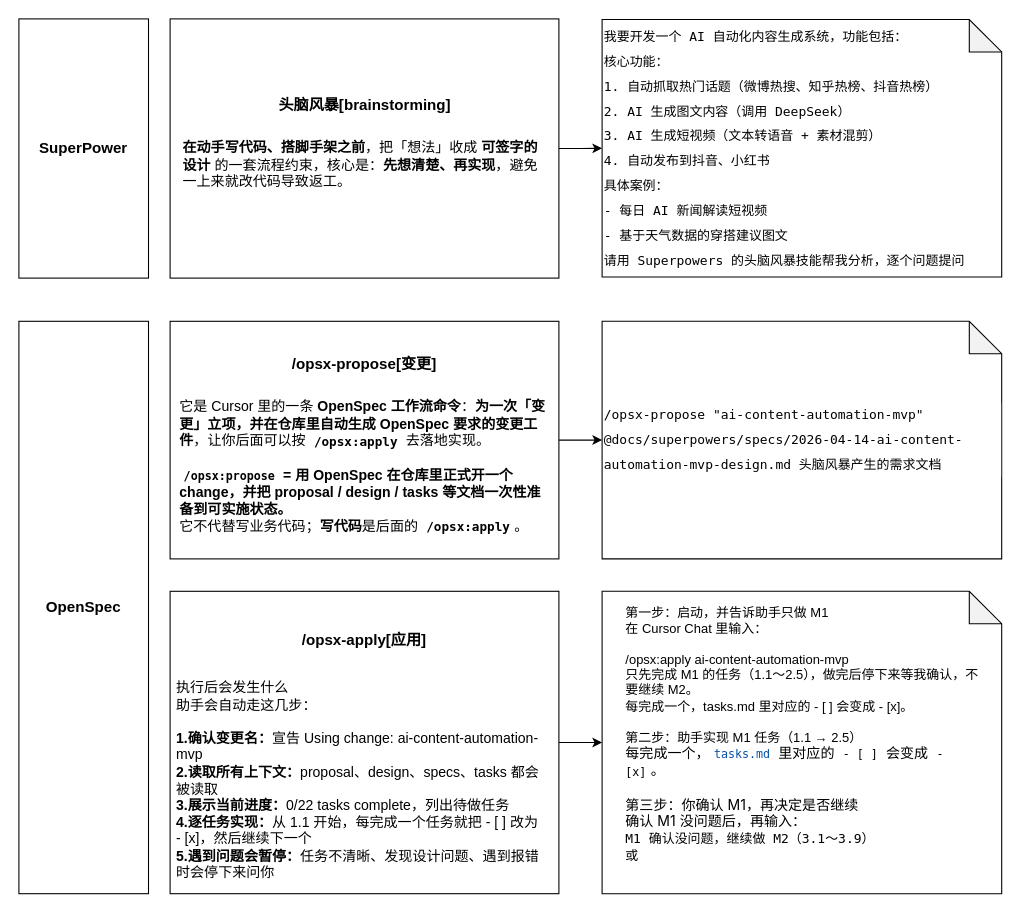
Before: docs/superpower+openspec.drawio in spjiang/ai-content-automation, a draw.io diagram. Source tidied: cells renumbered, new cells numbered last; positions are measured from the earlier drawing's top-left corner, leaving out a move shared by most shapes. Both pictures are drawn from the tidied source at 108%, with x=0, y=0 at pixel (18, 18).
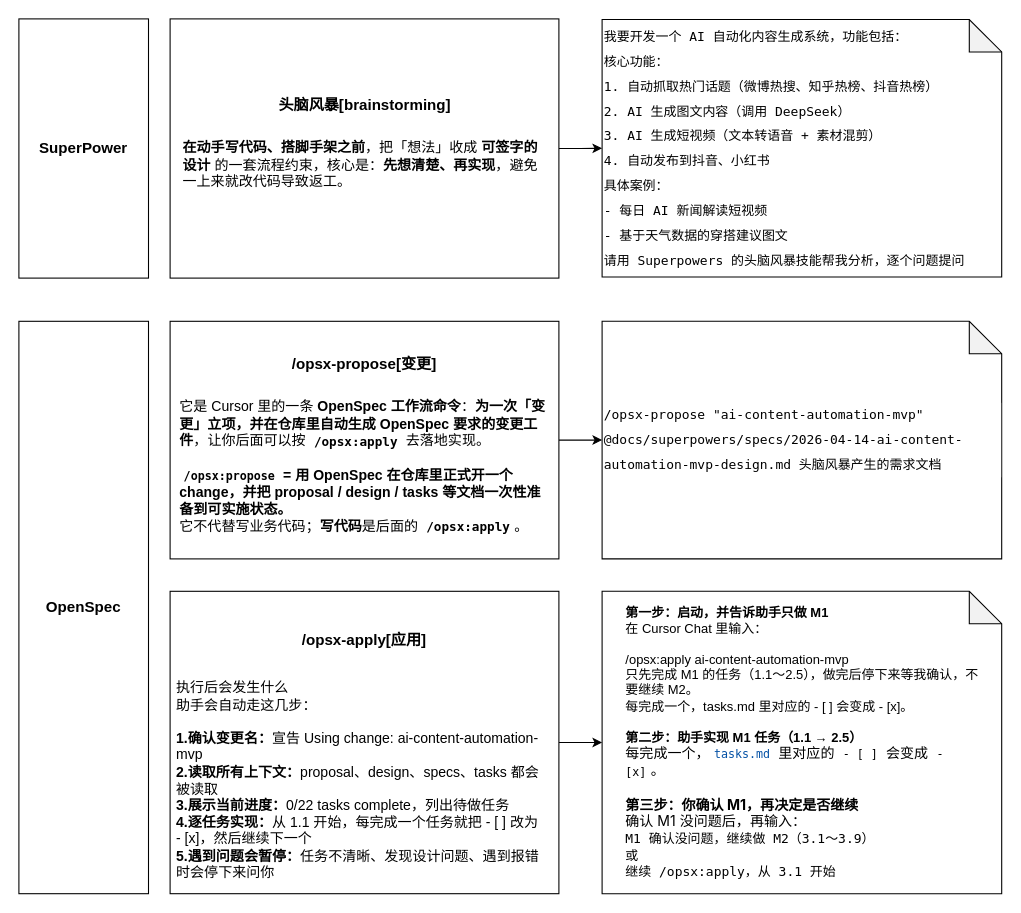
Above is the later version.

The edit, as a diff of the source:
```diff
@@
-    <mxCell id="19" value="&lt;p style=&quot;line-height: 120%&quot;&gt;&lt;/p&gt;&lt;div&gt;第一步：启动，并告诉助手只做 M1&lt;/div&gt;&lt;div&gt;在 Cursor Chat 里输入：&lt;/div&gt;&lt;div&gt;&lt;br&gt;&lt;/div&gt;&lt;div&gt;/opsx:apply ai-content-automation-mvp&lt;/div&gt;&lt;div&gt;只先完成 M1 的任务（1.1～2.5），做完后停下来等我确认，不要继续 M2。&lt;/div&gt;&lt;div&gt;每完成一个，tasks.md 里对应的 - [ ] 会变成 - [x]。&lt;/div&gt;&lt;div&gt;&lt;br&gt;&lt;/div&gt;&lt;div&gt;第二步：助手实现 M1 任务（1.1 → 2.5）&lt;br&gt;&lt;/div&gt;&lt;div&gt;&lt;span style=&quot;font-family: , , &amp;#34;pingfang sc&amp;#34; , &amp;#34;hiragino sans gb&amp;#34; , sans-serif ; font-size: 13px ; background-color: rgb(255 , 255 , 255)&quot;&gt;每完成一个，&lt;/span&gt;&lt;code class=&quot;md-clickable-code md-inline-path-filename-like&quot; tabindex=&quot;0&quot; style=&quot;padding: 1.5px 4px ; border-radius: 5px ; color: rgb(4 , 81 , 165) ; font-family: &amp;#34;menlo&amp;#34; , &amp;#34;monaco&amp;#34; , &amp;#34;courier new&amp;#34; , monospace ; font-size: 0.9em ; line-height: 1.4 ; word-break: break-all ; cursor: pointer&quot;&gt;&lt;span class=&quot;md-inline-path-filename&quot;&gt;tasks.md&lt;/span&gt;&lt;/code&gt;&lt;span style=&quot;font-family: , , &amp;#34;pingfang sc&amp;#34; , &amp;#34;hiragino sans gb&amp;#34; , sans-serif ; font-size: 13px ; background-color: rgb(255 , 255 , 255)&quot;&gt;&amp;nbsp;里对应的&amp;nbsp;&lt;/span&gt;&lt;code class=&quot;&quot; style=&quot;padding: 1.5px 4px ; border-radius: 5px ; font-family: &amp;#34;menlo&amp;#34; , &amp;#34;monaco&amp;#34; , &amp;#34;courier new&amp;#34; , monospace ; font-size: 0.9em ; line-height: 1.4 ; word-break: break-all&quot;&gt;- [ ]&lt;/code&gt;&lt;span style=&quot;font-family: , , &amp;#34;pingfang sc&amp;#34; , &amp;#34;hiragino sans gb&amp;#34; , sans-serif ; font-size: 13px ; background-color: rgb(255 , 255 , 255)&quot;&gt;&amp;nbsp;会变成&amp;nbsp;&lt;/span&gt;&lt;code class=&quot;&quot; style=&quot;padding: 1.5px 4px ; border-radius: 5px ; font-family: &amp;#34;menlo&amp;#34; , &amp;#34;monaco&amp;#34; , &amp;#34;courier new&amp;#34; , monospace ; font-size: 0.9em ; line-height: 1.4 ; word-break: break-all&quot;&gt;- [x]&lt;/code&gt;&lt;span style=&quot;font-family: , , &amp;#34;pingfang sc&amp;#34; , &amp;#34;hiragino sans gb&amp;#34; , sans-serif ; font-size: 13px ; background-color: rgb(255 , 255 , 255)&quot;&gt;。&lt;/span&gt;&lt;br&gt;&lt;/div&gt;&lt;div&gt;&lt;span style=&quot;font-family: , , &amp;#34;pingfang sc&amp;#34; , &amp;#34;hiragino sans gb&amp;#34; , sans-serif ; font-size: 13px ; background-color: rgb(255 , 255 , 255)&quot;&gt;&lt;br&gt;&lt;/span&gt;&lt;/div&gt;&lt;div&gt;&lt;span style=&quot;background-color: rgb(255 , 255 , 255)&quot;&gt;&lt;font face=&quot;-apple-system, system-ui, PingFang SC, Hiragino Sans GB, sans-serif&quot;&gt;&lt;span style=&quot;font-size: 13px&quot;&gt;第三步：你确认 M1，再决定是否继续&lt;/span&gt;&lt;/font&gt;&lt;br&gt;&lt;/span&gt;&lt;/div&gt;&lt;div&gt;&lt;span style=&quot;background-color: rgb(255 , 255 , 255)&quot;&gt;&lt;font face=&quot;-apple-system, system-ui, PingFang SC, Hiragino Sans GB, sans-serif&quot;&gt;&lt;span style=&quot;font-size: 13px&quot;&gt;确认 M1 没问题后，再输入：&lt;/span&gt;&lt;br&gt;&lt;/font&gt;&lt;/span&gt;&lt;/div&gt;&lt;div&gt;&lt;span style=&quot;font-family: &amp;#34;menlo&amp;#34; , &amp;#34;monaco&amp;#34; , &amp;#34;courier new&amp;#34; , monospace ; background-color: rgb(255 , 255 , 255)&quot;&gt;M1 确认没问题，继续做 M2（3.1～3.9）&lt;/span&gt;&lt;span style=&quot;background-color: rgb(255 , 255 , 255)&quot;&gt;&lt;font face=&quot;-apple-system, system-ui, PingFang SC, Hiragino Sans GB, sans-serif&quot;&gt;&lt;span style=&quot;font-size: 13px&quot;&gt;&lt;br&gt;&lt;/span&gt;&lt;/font&gt;&lt;/span&gt;&lt;/div&gt;&lt;div&gt;&lt;font face=&quot;Menlo, Monaco, Courier New, monospace&quot;&gt;&lt;span style=&quot;background-color: rgb(255 , 255 , 255)&quot;&gt;或&lt;/span&gt;&lt;/font&gt;&lt;/div&gt;&lt;div&gt;&lt;span style=&quot;background-color: rgb(255 , 255 , 255)&quot;&gt;&lt;font face=&quot;-apple-system, system-ui, PingFang SC, Hiragino Sans GB, sans-serif&quot;&gt;&lt;span style=&quot;font-size: 13px&quot;&gt;&lt;br&gt;&lt;/span&gt;&lt;/font&gt;&lt;/span&gt;&lt;/div&gt;&lt;p&gt;&lt;/p&gt;" style="text;html=1;strokeColor=none;fillColor=none;align=left;verticalAlign=middle;whiteSpace=wrap;rounded=0;" parent="1" vertex="1">
+    <mxCell id="19" value="&lt;p style=&quot;line-height: 120%&quot;&gt;&lt;/p&gt;&lt;div&gt;&lt;b&gt;第一步：启动，并告诉助手只做 M1&lt;/b&gt;&lt;/div&gt;&lt;div&gt;在 Cursor Chat 里输入：&lt;/div&gt;&lt;div&gt;&lt;br&gt;&lt;/div&gt;&lt;div&gt;/opsx:apply ai-content-automation-mvp&lt;/div&gt;&lt;div&gt;只先完成 M1 的任务（1.1～2.5），做完后停下来等我确认，不要继续 M2。&lt;/div&gt;&lt;div&gt;每完成一个，tasks.md 里对应的 - [ ] 会变成 - [x]。&lt;/div&gt;&lt;div&gt;&lt;br&gt;&lt;/div&gt;&lt;div&gt;&lt;b&gt;第二步：助手实现 M1 任务（1.1 → 2.5）&lt;/b&gt;&lt;br&gt;&lt;/div&gt;&lt;div&gt;&lt;span style=&quot;background-color: rgb(255 , 255 , 255) ; font-size: 13px&quot;&gt;每完成一个，&lt;/span&gt;&lt;code class=&quot;md-clickable-code md-inline-path-filename-like&quot; tabindex=&quot;0&quot; style=&quot;padding: 1.5px 4px ; border-radius: 5px ; color: rgb(4 , 81 , 165) ; font-family: &amp;#34;menlo&amp;#34; , &amp;#34;monaco&amp;#34; , &amp;#34;courier new&amp;#34; , monospace ; line-height: 1.4 ; word-break: break-all ; cursor: pointer ; font-size: 0.9em&quot;&gt;&lt;span class=&quot;md-inline-path-filename&quot;&gt;tasks.md&lt;/span&gt;&lt;/code&gt;&lt;span style=&quot;background-color: rgb(255 , 255 , 255) ; font-size: 13px&quot;&gt;&amp;nbsp;里对应的&amp;nbsp;&lt;/span&gt;&lt;code class=&quot;&quot; style=&quot;padding: 1.5px 4px ; border-radius: 5px ; font-family: &amp;#34;menlo&amp;#34; , &amp;#34;monaco&amp;#34; , &amp;#34;courier new&amp;#34; , monospace ; line-height: 1.4 ; word-break: break-all ; font-size: 0.9em&quot;&gt;- [ ]&lt;/code&gt;&lt;span style=&quot;background-color: rgb(255 , 255 , 255) ; font-size: 13px&quot;&gt;&amp;nbsp;会变成&amp;nbsp;&lt;/span&gt;&lt;code class=&quot;&quot; style=&quot;padding: 1.5px 4px ; border-radius: 5px ; font-family: &amp;#34;menlo&amp;#34; , &amp;#34;monaco&amp;#34; , &amp;#34;courier new&amp;#34; , monospace ; line-height: 1.4 ; word-break: break-all ; font-size: 0.9em&quot;&gt;- [x]&lt;/code&gt;&lt;span style=&quot;background-color: rgb(255 , 255 , 255) ; font-size: 13px&quot;&gt;。&lt;/span&gt;&lt;br&gt;&lt;/div&gt;&lt;div&gt;&lt;span style=&quot;background-color: rgb(255 , 255 , 255) ; font-size: 13px&quot;&gt;&lt;br&gt;&lt;/span&gt;&lt;/div&gt;&lt;div&gt;&lt;span style=&quot;background-color: rgb(255 , 255 , 255)&quot;&gt;&lt;font face=&quot;-apple-system, system-ui, PingFang SC, Hiragino Sans GB, sans-serif&quot;&gt;&lt;span style=&quot;font-size: 13px&quot;&gt;&lt;b&gt;第三步：你确认 M1，再决定是否继续&lt;/b&gt;&lt;/span&gt;&lt;/font&gt;&lt;br&gt;&lt;/span&gt;&lt;/div&gt;&lt;div&gt;&lt;span style=&quot;background-color: rgb(255 , 255 , 255)&quot;&gt;&lt;font face=&quot;-apple-system, system-ui, PingFang SC, Hiragino Sans GB, sans-serif&quot;&gt;&lt;span style=&quot;font-size: 13px&quot;&gt;确认 M1 没问题后，再输入：&lt;/span&gt;&lt;br&gt;&lt;/font&gt;&lt;/span&gt;&lt;/div&gt;&lt;div&gt;&lt;span style=&quot;font-family: &amp;#34;menlo&amp;#34; , &amp;#34;monaco&amp;#34; , &amp;#34;courier new&amp;#34; , monospace ; background-color: rgb(255 , 255 , 255)&quot;&gt;M1 确认没问题，继续做 M2（3.1～3.9）&lt;/span&gt;&lt;span style=&quot;background-color: rgb(255 , 255 , 255)&quot;&gt;&lt;font face=&quot;-apple-system, system-ui, PingFang SC, Hiragino Sans GB, sans-serif&quot;&gt;&lt;span style=&quot;font-size: 13px&quot;&gt;&lt;br&gt;&lt;/span&gt;&lt;/font&gt;&lt;/span&gt;&lt;/div&gt;&lt;div&gt;&lt;font face=&quot;Menlo, Monaco, Courier New, monospace&quot;&gt;&lt;span style=&quot;background-color: rgb(255 , 255 , 255)&quot;&gt;或&lt;/span&gt;&lt;/font&gt;&lt;/div&gt;&lt;div&gt;&lt;span style=&quot;font-family: &amp;#34;menlo&amp;#34; , &amp;#34;monaco&amp;#34; , &amp;#34;courier new&amp;#34; , monospace ; background-color: rgb(255 , 255 , 255)&quot;&gt;继续 /opsx:apply，从 3.1 开始&lt;/span&gt;&lt;span style=&quot;background-color: rgb(255 , 255 , 255)&quot;&gt;&lt;font face=&quot;-apple-system, system-ui, PingFang SC, Hiragino Sans GB, sans-serif&quot;&gt;&lt;span style=&quot;font-size: 13px&quot;&gt;&lt;br&gt;&lt;/span&gt;&lt;/font&gt;&lt;/span&gt;&lt;/div&gt;&lt;p&gt;&lt;/p&gt;" style="text;html=1;strokeColor=none;fillColor=none;align=left;verticalAlign=middle;whiteSpace=wrap;rounded=0;" parent="1" vertex="1">
       <mxGeometry x="560" y="540" width="330" height="260" as="geometry" />
     </mxCell>
```
